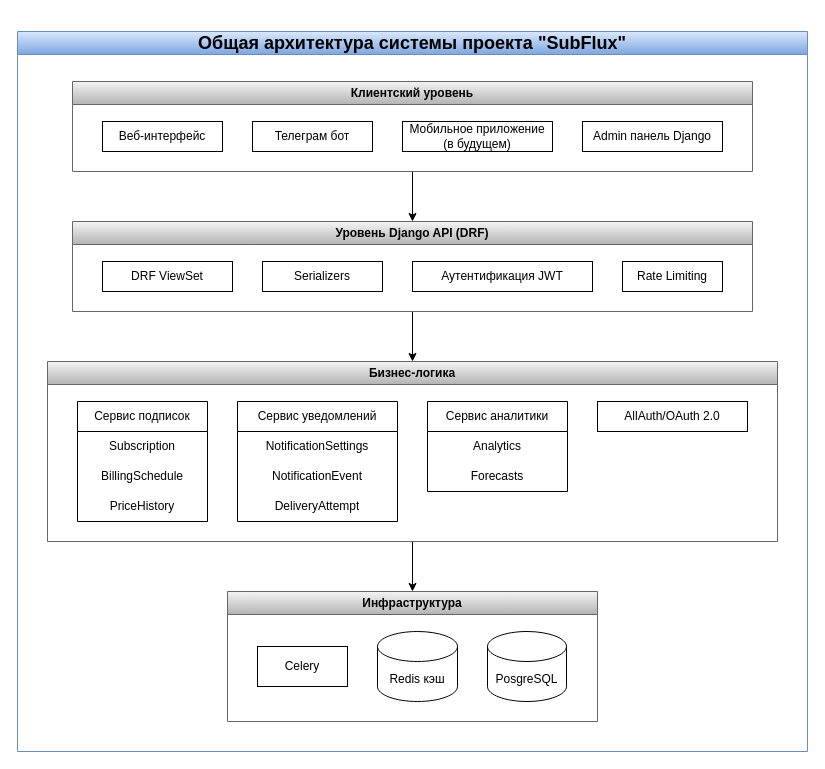
The draw.io diagram docs/diagrams/Архитектура_приложений.drawio in NikPACodes/SubFlux, before the edit. Source tidied: cells renumbered, new cells numbered last; positions are measured from the earlier drawing's top-left corner, leaving out a move shared by most shapes. Both pictures are drawn from the tidied source at 100%, with x=0, y=0 at pixel (17, 31).
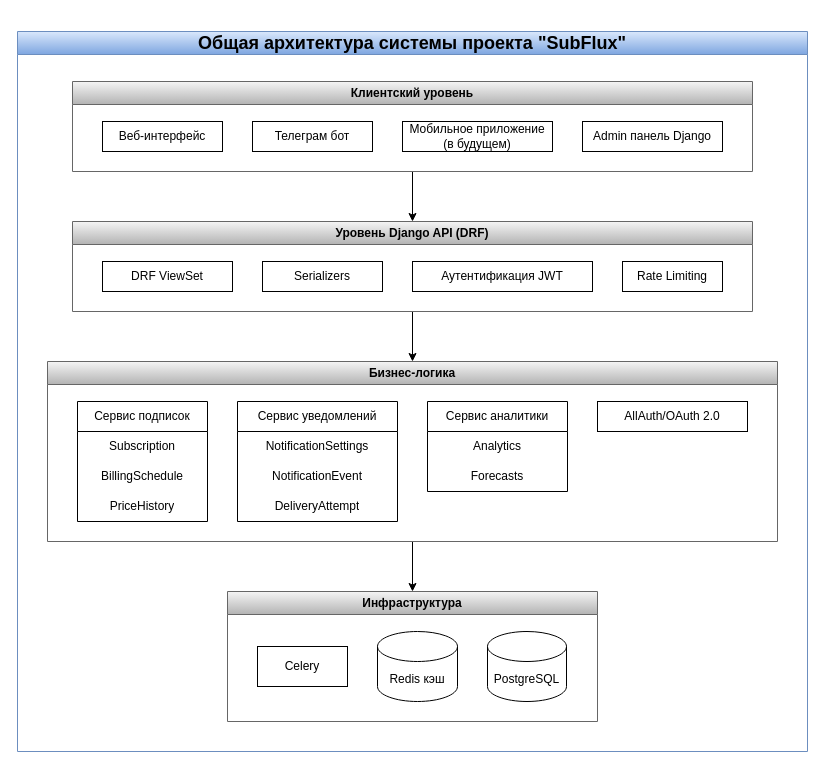
The same page after the edit.

The change refers to these unchanged cells:
```xml
<mxCell id="3" value="Инфраструктура" style="swimlane;whiteSpace=wrap;html=1;fillColor=#f5f5f5;strokeColor=#666666;gradientColor=#b3b3b3;" parent="2" vertex="1">
  <mxGeometry x="210" y="560" width="370" height="130" as="geometry" />
</mxCell>
```

The edit, as a diff of the source:
```diff
@@
-    <mxCell id="5" value="PosgreSQL" style="shape=cylinder3;whiteSpace=wrap;html=1;boundedLbl=1;backgroundOutline=1;size=15;" parent="3" vertex="1">
+    <mxCell id="5" value="PostgreSQL" style="shape=cylinder3;whiteSpace=wrap;html=1;boundedLbl=1;backgroundOutline=1;size=15;" parent="3" vertex="1">
       <mxGeometry x="260" y="40" width="79" height="70" as="geometry" />
     </mxCell>
```
